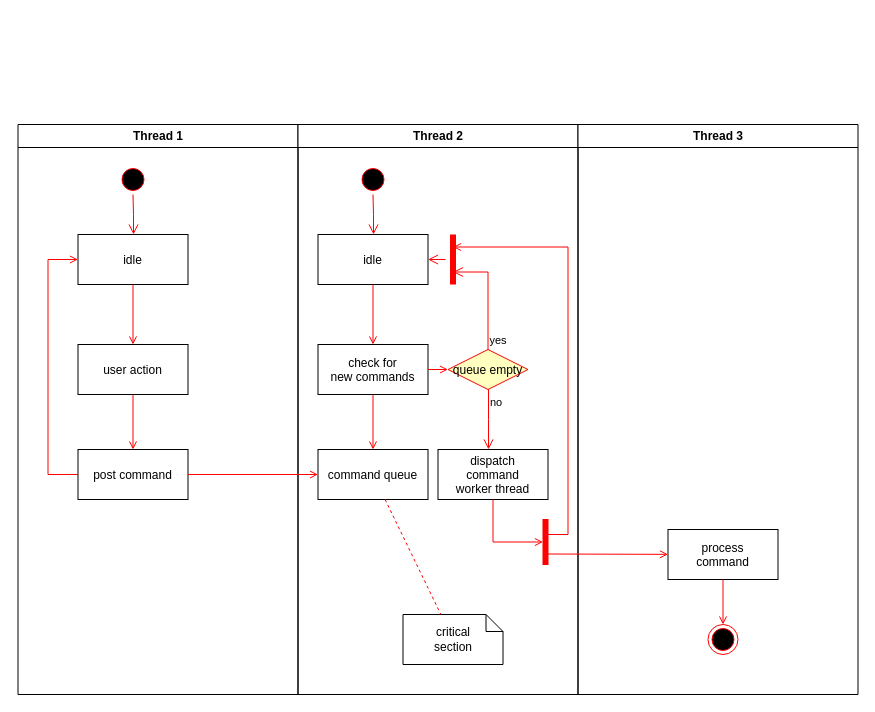
Before: Diagrama sem nome.drawio in limajeferson/Projetos, a draw.io diagram. Source tidied: cells renumbered, new cells numbered last; positions are measured from the earlier drawing's top-left corner, leaving out a move shared by most shapes. Both pictures are drawn from the tidied source at 100%, with x=0, y=0 at pixel (17, 124).
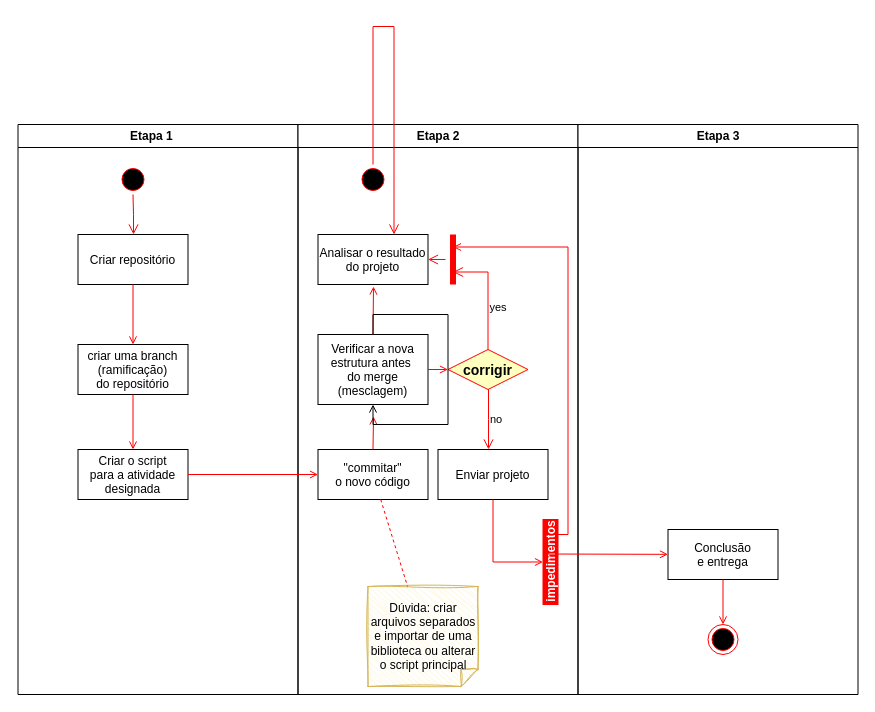
After the change.

The change refers to these unchanged cells:
```xml
<mxCell id="12" style="ellipse;shape=startState;fillColor=#000000;strokeColor=#ff0000;" parent="11" vertex="1">
  <mxGeometry x="60" y="40" width="30" height="30" as="geometry" />
</mxCell>
<mxCell id="23" style="shape=line;strokeWidth=6;strokeColor=#ff0000;rotation=90;" parent="11" vertex="1">
  <mxGeometry x="130" y="127.5" width="50" height="15" as="geometry" />
</mxCell>
```

What changed in the source:
```diff
@@
-    <mxCell id="2" value="Thread 1" style="swimlane;whiteSpace=wrap;" parent="1" vertex="1">
+    <mxCell id="2" value="Etapa 1    " style="swimlane;whiteSpace=wrap;" parent="1" vertex="1">
       <mxGeometry x="0.5" width="280" height="570" as="geometry" />
     </mxCell>
@@
-    <mxCell id="5" value="idle" parent="2" vertex="1">
+    <mxCell id="5" value="Criar repositório" parent="2" vertex="1">
       <mxGeometry x="60" y="110" width="110" height="50" as="geometry" />
     </mxCell>
-    <mxCell id="6" value="user action" parent="2" vertex="1">
+    <mxCell id="6" value="criar uma branch&#10;(ramificação)&#10;do repositório" parent="2" vertex="1">
       <mxGeometry x="60" y="220" width="110" height="50" as="geometry" />
     </mxCell>
@@
-    <mxCell id="8" value="post command" parent="2" vertex="1">
+    <mxCell id="8" value="Criar o script&#10;para a atividade&#10;designada" parent="2" vertex="1">
       <mxGeometry x="60" y="325" width="110" height="50" as="geometry" />
     </mxCell>
@@
-    <mxCell id="10" style="edgeStyle=elbowEdgeStyle;elbow=horizontal;strokeColor=#FF0000;endArrow=open;endFill=1;rounded=0;" parent="2" edge="1" source="8" target="5">
-      <mxGeometry relative="1" as="geometry">
-        <Array as="points">
-          <mxPoint x="30" y="250" />
-        </Array>
-      </mxGeometry>
-    </mxCell>
-    <mxCell id="11" value="Thread 2" style="swimlane;whiteSpace=wrap;" parent="1" vertex="1">
+    <mxCell id="11" value="Etapa 2" style="swimlane;whiteSpace=wrap;startSize=23;" parent="1" vertex="1">
       <mxGeometry x="280.5" width="280" height="570" as="geometry" />
     </mxCell>
@@
     <mxCell id="13" style="edgeStyle=elbowEdgeStyle;elbow=horizontal;verticalAlign=bottom;endArrow=open;endSize=8;strokeColor=#FF0000;endFill=1;rounded=0;" parent="11" edge="1" source="12" target="14">
-      <mxGeometry x="40" y="20" as="geometry" />
+      <mxGeometry x="40" y="20" as="geometry">
+        <Array as="points">
+          <mxPoint x="96" y="-98" />
+        </Array>
+      </mxGeometry>
     </mxCell>
-    <mxCell id="14" value="idle" parent="11" vertex="1">
+    <mxCell id="14" value="Analisar o resultado&#10;do projeto" parent="11" vertex="1">
       <mxGeometry x="20" y="110" width="110" height="50" as="geometry" />
     </mxCell>
-    <mxCell id="15" value="check for &#10;new commands" parent="11" vertex="1">
-      <mxGeometry x="20" y="220" width="110" height="50" as="geometry" />
+    <mxCell id="15" value="Verificar a nova&#10;estrutura antes &#10;do merge&#10;(mesclagem)" parent="11" vertex="1">
+      <mxGeometry x="20" y="210" width="110" height="70" as="geometry" />
     </mxCell>
-    <mxCell id="16" style="endArrow=open;strokeColor=#FF0000;endFill=1;rounded=0;" parent="11" edge="1" source="14" target="15">
-      <mxGeometry relative="1" as="geometry" />
+    <mxCell id="16" style="endArrow=open;strokeColor=#FF0000;endFill=1;rounded=0;exitX=0.5;exitY=0;exitDx=0;exitDy=0;" parent="11" edge="1" source="15">
+      <mxGeometry relative="1" as="geometry">
+        <mxPoint x="75.5" y="162" as="targetPoint" />
+      </mxGeometry>
     </mxCell>
-    <mxCell id="17" value="command queue" parent="11" vertex="1">
+    <mxCell id="17" value="&quot;commitar&quot;&#10;o novo código" parent="11" vertex="1">
       <mxGeometry x="20" y="325" width="110" height="50" as="geometry" />
     </mxCell>
-    <mxCell id="18" style="endArrow=open;strokeColor=#FF0000;endFill=1;rounded=0;" parent="11" edge="1" source="15" target="17">
-      <mxGeometry relative="1" as="geometry" />
+    <mxCell id="18" style="endArrow=open;strokeColor=#FF0000;endFill=0;rounded=0;exitX=0.5;exitY=0;exitDx=0;exitDy=0;" parent="11" edge="1" source="17">
+      <mxGeometry relative="1" as="geometry">
+        <mxPoint x="75.5" y="292" as="targetPoint" />
+      </mxGeometry>
     </mxCell>
-    <mxCell id="19" value="queue empty" style="rhombus;fillColor=#ffffc0;strokeColor=#ff0000;" parent="11" vertex="1">
+    <mxCell id="19" value="corrigir" style="rhombus;fillColor=#ffffc0;strokeColor=#ff0000;fontStyle=1;fontSize=14;verticalAlign=middle;" parent="11" vertex="1">
       <mxGeometry x="150" y="225" width="80" height="40" as="geometry" />
     </mxCell>
     <mxCell id="20" value="yes" style="edgeStyle=elbowEdgeStyle;elbow=horizontal;align=left;verticalAlign=bottom;endArrow=open;endSize=8;strokeColor=#FF0000;exitX=0.5;exitY=0;endFill=1;rounded=0;entryX=0.75;entryY=0.5;entryPerimeter=0;" parent="11" edge="1" source="19" target="23">
-      <mxGeometry x="-1" relative="1" as="geometry">
+      <mxGeometry x="-0.41" relative="1" as="geometry">
         <Array as="points">
           <mxPoint x="190" y="180" />
         </Array>
       </mxGeometry>
     </mxCell>
     <mxCell id="21" value="no" style="edgeStyle=elbowEdgeStyle;elbow=horizontal;align=left;verticalAlign=top;endArrow=open;endSize=8;strokeColor=#FF0000;endFill=1;rounded=0;" parent="11" edge="1" source="19" target="25">
-      <mxGeometry x="-1" relative="1" as="geometry" />
+      <mxGeometry x="-0.43" relative="1" as="geometry" />
     </mxCell>
@@
-    <mxCell id="25" value="dispatch&#10;command&#10;worker thread" parent="11" vertex="1">
+    <mxCell id="25" value="Enviar projeto" parent="11" vertex="1">
       <mxGeometry x="140" y="325" width="110" height="50" as="geometry" />
     </mxCell>
-    <mxCell id="26" value="critical&#10;section" style="shape=note;whiteSpace=wrap;size=17;" parent="11" vertex="1">
-      <mxGeometry x="105" y="490" width="100" height="50" as="geometry" />
+    <mxCell id="26" value="Dúvida: criar arquivos separados e importar de uma biblioteca ou alterar o script principal" style="shape=note;whiteSpace=wrap;size=17;fillColor=#fff2cc;strokeColor=#d6b656;shadow=0;sketch=1;curveFitting=1;jiggle=2;direction=south;" parent="11" vertex="1">
+      <mxGeometry x="70" y="462" width="110" height="100" as="geometry" />
     </mxCell>
@@
-    <mxCell id="28" style="whiteSpace=wrap;strokeColor=#FF0000;fillColor=#FF0000;" parent="11" vertex="1">
-      <mxGeometry x="245" y="395" width="5" height="45" as="geometry" />
+    <mxCell id="28" value="impedimentos" style="strokeColor=#FF0000;fillColor=#FF0000;horizontal=0;whiteSpace=wrap;fontStyle=1;fontColor=#FFFFFF;" parent="11" vertex="1">
+      <mxGeometry x="245" y="395" width="15" height="85" as="geometry" />
     </mxCell>
@@
+    <mxCell id="37" style="edgeStyle=orthogonalEdgeStyle;rounded=0;orthogonalLoop=1;jettySize=auto;html=1;entryX=0.5;entryY=1;entryDx=0;entryDy=0;endArrow=open;endFill=0;" parent="11" edge="1" source="15" target="15">
+      <mxGeometry relative="1" as="geometry" />
+    </mxCell>
-    <mxCell id="30" value="Thread 3" style="swimlane;whiteSpace=wrap;" parent="1" vertex="1">
+    <mxCell id="30" value="Etapa 3" style="swimlane;whiteSpace=wrap;" parent="1" vertex="1">
       <mxGeometry x="560.5" width="280" height="570" as="geometry" />
     </mxCell>
-    <mxCell id="31" value="process&#10;command" parent="30" vertex="1">
+    <mxCell id="31" value="Conclusão &#10;e entrega" parent="30" vertex="1">
       <mxGeometry x="90" y="405" width="110" height="50" as="geometry" />
     </mxCell>
```
